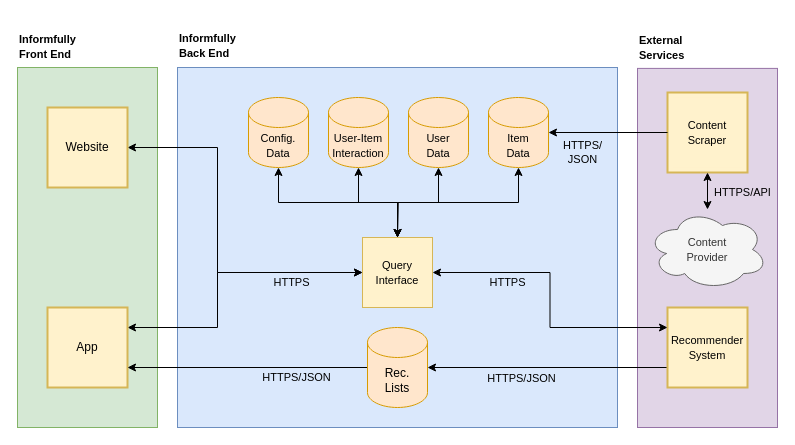
Earlier version of the draw.io diagram docs/source/uml/application_architecture_v4.2.drawio (Informfully/Documentation). Source tidied: cells renumbered, new cells numbered last; positions are measured from the earlier drawing's top-left corner, leaving out a move shared by most shapes. Both pictures are drawn from the tidied source at 100%, with x=0, y=0 at pixel (17, 28).
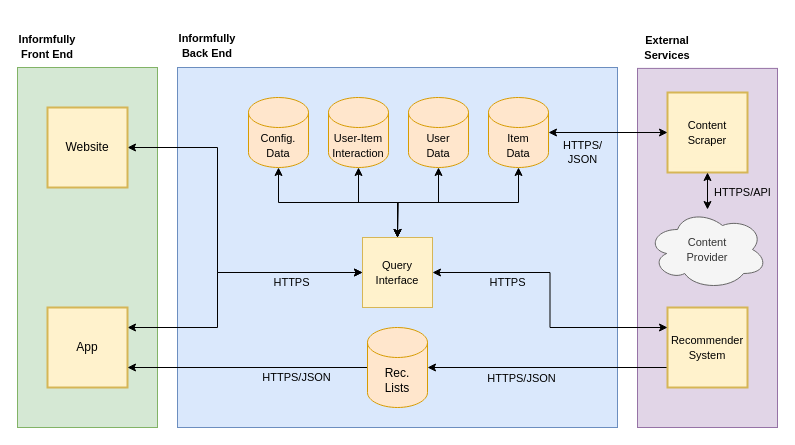
Above is the later version.

Commit message (it also covers changes not shown here):
Application architecture updated

Unchanged cells that the change refers to:
```xml
<mxCell id="21" style="rounded=0;whiteSpace=wrap;html=1;fillColor=#fff2cc;strokeColor=#d6b656;strokeWidth=2;fontStyle=0;" parent="20" vertex="1">
  <mxGeometry width="80" height="80" as="geometry" />
</mxCell>
<mxCell id="27" value="&lt;font style=&quot;font-size: 11px&quot;&gt;Item&lt;br&gt;Data&lt;/font&gt;" style="shape=cylinder3;whiteSpace=wrap;html=1;boundedLbl=1;backgroundOutline=1;size=15;fillColor=#ffe6cc;strokeColor=#d79b00;fontStyle=0;" parent="1" vertex="1">
  <mxGeometry x="471" y="69" width="60" height="70" as="geometry" />
</mxCell>
```

The edit, as a diff of the source:
```diff
@@
-    <mxCell id="5" value="&lt;font style=&quot;font-size: 11px&quot;&gt;&lt;br&gt;Informfully&lt;br&gt;Front End&lt;/font&gt;" style="text;html=1;strokeColor=none;fillColor=none;align=left;verticalAlign=middle;whiteSpace=wrap;rounded=0;fontStyle=1;" parent="1" vertex="1">
+    <mxCell id="5" value="&lt;font style=&quot;font-size: 11px&quot;&gt;&lt;br&gt;Informfully&lt;br&gt;Front End&lt;/font&gt;" style="text;html=1;strokeColor=none;fillColor=none;align=center;verticalAlign=middle;whiteSpace=wrap;rounded=0;fontStyle=1;" parent="1" vertex="1">
       <mxGeometry width="60" height="21" as="geometry" />
     </mxCell>
-    <mxCell id="6" value="&lt;font style=&quot;font-size: 11px&quot;&gt;&lt;br&gt;Informfully&lt;br&gt;Back End&lt;/font&gt;&lt;div&gt;&lt;/div&gt;" style="text;html=1;strokeColor=none;fillColor=none;align=left;verticalAlign=middle;whiteSpace=wrap;rounded=0;fontStyle=1;" parent="1" vertex="1">
+    <mxCell id="6" value="&lt;font style=&quot;font-size: 11px&quot;&gt;&lt;br&gt;Informfully&lt;br&gt;Back End&lt;/font&gt;&lt;div&gt;&lt;/div&gt;" style="text;html=1;strokeColor=none;fillColor=none;align=center;verticalAlign=middle;whiteSpace=wrap;rounded=0;fontStyle=1;" parent="1" vertex="1">
       <mxGeometry x="160" width="60" height="20" as="geometry" />
     </mxCell>
@@
-    <mxCell id="13" value="&lt;font style=&quot;font-size: 11px&quot;&gt;External&lt;br&gt;Services&lt;/font&gt;" style="text;html=1;strokeColor=none;fillColor=none;align=left;verticalAlign=middle;whiteSpace=wrap;rounded=0;fontStyle=1;" parent="1" vertex="1">
+    <mxCell id="13" value="&lt;font style=&quot;font-size: 11px&quot;&gt;External&lt;br&gt;Services&lt;/font&gt;" style="text;html=1;strokeColor=none;fillColor=none;align=center;verticalAlign=middle;whiteSpace=wrap;rounded=0;fontStyle=1;" parent="1" vertex="1">
       <mxGeometry x="620" y="9" width="60" height="20" as="geometry" />
     </mxCell>
@@
-    <mxCell id="30" style="edgeStyle=orthogonalEdgeStyle;rounded=0;jettySize=auto;html=1;exitX=0;exitY=0.5;exitDx=0;exitDy=0;entryX=1;entryY=0.5;entryDx=0;entryDy=0;entryPerimeter=0;startArrow=none;startFill=0;endArrow=classic;endFill=1;strokeWidth=1;fontStyle=0;" parent="1" edge="1" source="21" target="27">
+    <mxCell id="30" style="edgeStyle=orthogonalEdgeStyle;rounded=0;jettySize=auto;html=1;exitX=0;exitY=0.5;exitDx=0;exitDy=0;entryX=1;entryY=0.5;entryDx=0;entryDy=0;entryPerimeter=0;startArrow=classic;startFill=1;endArrow=classic;endFill=1;strokeWidth=1;fontStyle=0;" parent="1" edge="1" source="21" target="27">
       <mxGeometry relative="1" as="geometry" />
     </mxCell>
```
